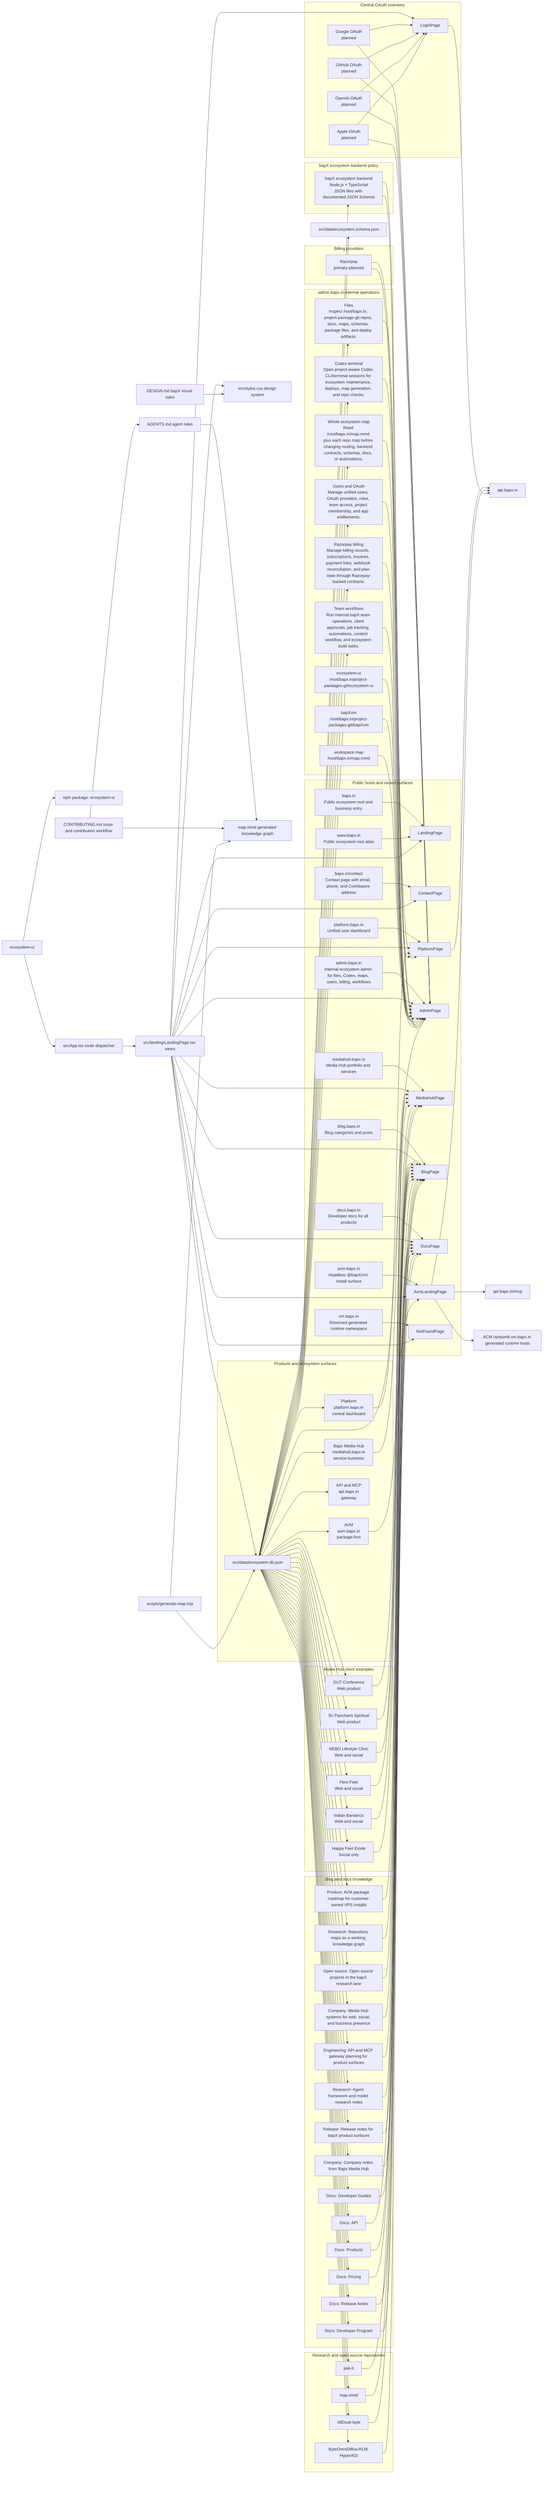
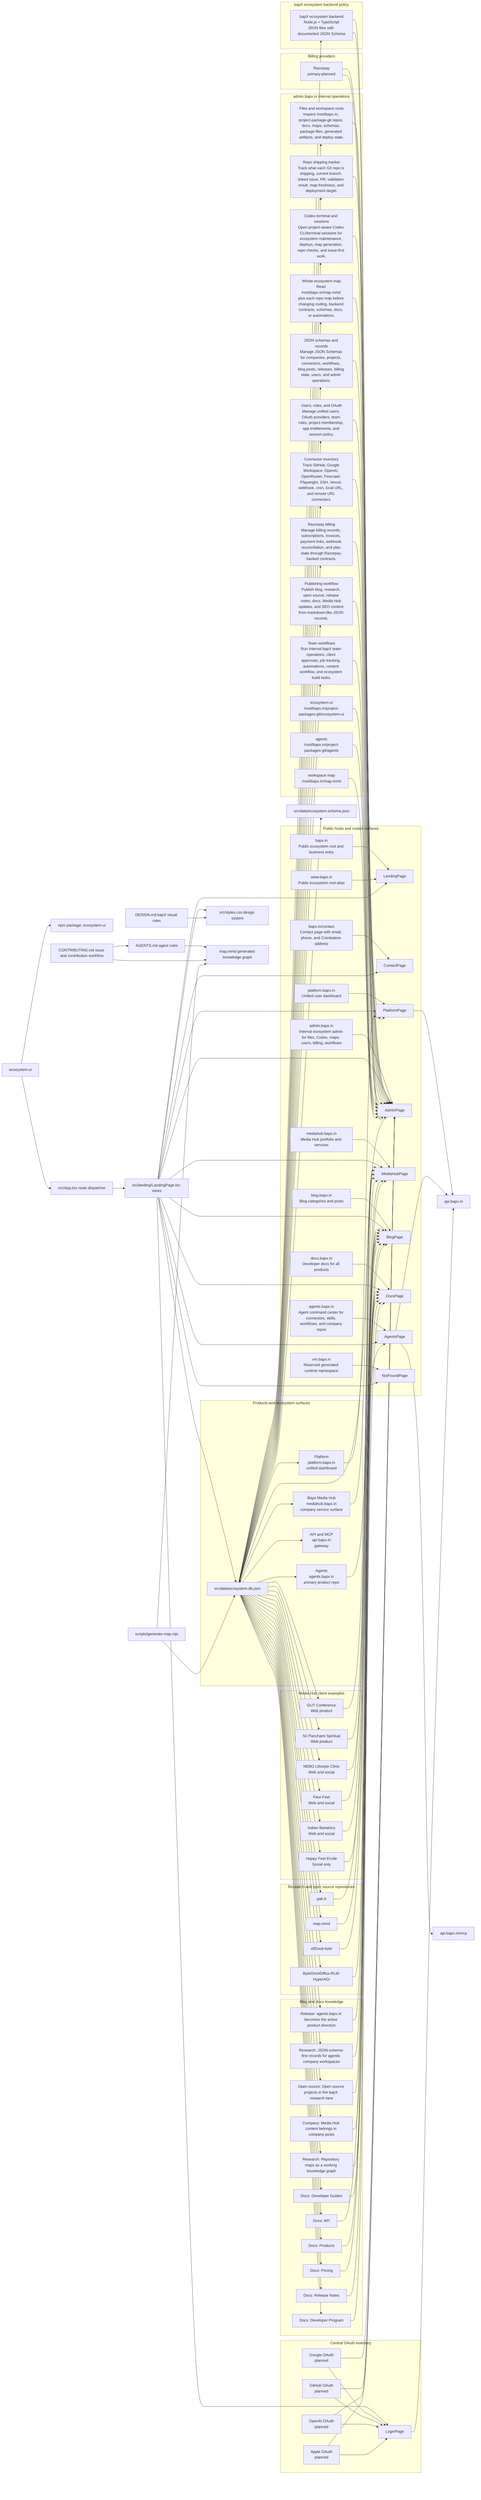
flowchart LR
  Repo["ecosystem-ui"]
  Package["npm package: ecosystem-ui"]
  App["src/App.tsx route dispatcher"]
  Landing["src/landing/LandingPage.tsx views"]
  Styles["src/styles.css design system"]
  Design["DESIGN.md bapX visual rules"]
  Agents["AGENTS.md agent rules"]
  Contributing["CONTRIBUTING.md issue and contribution workflow"]
  Data["src/data/ecosystem.db.json"]
  Schema["src/data/ecosystem.schema.json"]
  MapGen["scripts/generate-map.mjs"]
  Map["map.mmd generated knowledge graph"]
  Repo --> Package
  Repo --> App
  App --> Landing
  Landing --> Styles
  Landing --> Data
  Data --> Schema
  Design --> Styles
  Agents --> Map
  Contributing --> Map
  Contributing --> Agents
  MapGen --> Map
  MapGen --> Data

  subgraph Hosts["Public hosts and routed surfaces"]
    Host_bapx_in["bapx.in<br/>Public ecosystem root and business entry"]
    Host_bapx_in --> LandingPage
    Host_bapx_in_contact["bapx.in/contact<br/>Contact page with email, phone, and Coimbatore address"]
    Host_bapx_in_contact --> ContactPage
    Host_www_bapx_in["www.bapx.in<br/>Public ecosystem root alias"]
    Host_www_bapx_in --> LandingPage
    Host_platform_bapx_in["platform.bapx.in<br/>Unified user dashboard"]
    Host_platform_bapx_in --> PlatformPage
    Host_admin_bapx_in["admin.bapx.in<br/>Internal ecosystem admin for files, Codex, maps, users, billing, workflows"]
    Host_admin_bapx_in --> AdminPage
    Host_mediahub_bapx_in["mediahub.bapx.in<br/>Media Hub portfolio and services"]
    Host_mediahub_bapx_in --> MediaHubPage
    Host_blog_bapx_in["blog.bapx.in<br/>Blog categories and posts"]
    Host_blog_bapx_in --> BlogPage
    Host_docs_bapx_in["docs.bapx.in<br/>Developer docs for all products"]
    Host_docs_bapx_in --> DocsPage
-     Host_avm_bapx_in["avm.bapx.in<br/>Headless @bapX/vm install surface"]
-     Host_avm_bapx_in --> AvmLandingPage
+     Host_agents_bapx_in["agents.bapx.in<br/>Agent command center for connectors, skills, workflows, and company repos"]
+     Host_agents_bapx_in --> AgentsPage
    Host_vm_bapx_in["vm.bapx.in<br/>Reserved generated runtime namespace"]
    Host_vm_bapx_in --> NotFoundPage
  end

  Landing --> LandingPage["LandingPage"]
  Landing --> PlatformPage["PlatformPage"]
  Landing --> AdminPage["AdminPage"]
  Landing --> ContactPage["ContactPage"]
  Landing --> LoginPage["LoginPage"]
  Landing --> MediaHubPage["MediaHubPage"]
  Landing --> BlogPage["BlogPage"]
  Landing --> DocsPage["DocsPage"]
-   Landing --> AvmLandingPage["AvmLandingPage"]
+   Landing --> AgentsPage["AgentsPage"]
  Landing --> NotFoundPage["NotFoundPage"]

  subgraph Products["Products and ecosystem surfaces"]
-     Product_platform["Platform<br/>platform.bapx.in<br/>central dashboard"]
+     Product_agents["Agents<br/>agents.bapx.in<br/>primary product repo"]
+     Data --> Product_agents
+     Product_agents --> AgentsPage
+     Product_platform["Platform<br/>platform.bapx.in<br/>unified dashboard"]
    Data --> Product_platform
    Product_platform --> PlatformPage
-     Product_avm["AVM<br/>avm.bapx.in<br/>package-first"]
-     Data --> Product_avm
-     Product_avm --> AvmLandingPage
-     Product_mediahub["Bapx Media Hub<br/>mediahub.bapx.in<br/>service business"]
+     Product_mediahub["Bapx Media Hub<br/>mediahub.bapx.in<br/>company service surface"]
    Data --> Product_mediahub
    Product_mediahub --> MediaHubPage
    Product_api["API and MCP<br/>api.bapx.in<br/>gateway"]
    Data --> Product_api
  end

  subgraph AdminOps["admin.bapx.in internal operations"]
-     AdminPanel_files["Files<br/>Inspect /root/bapx.in, project-package-git repos, docs, maps, schemas, package files, and deploy artifacts."]
-     Data --> AdminPanel_files
-     AdminPanel_files --> AdminPage
-     AdminPanel_codex_terminal["Codex terminal<br/>Open project-aware Codex CLI/terminal sessions for ecosystem maintenance, deploys, map generation, and repo checks."]
-     Data --> AdminPanel_codex_terminal
-     AdminPanel_codex_terminal --> AdminPage
+     AdminPanel_files_and_workspace_roots["Files and workspace roots<br/>Inspect /root/bapx.in, project-package-git repos, docs, maps, schemas, package files, generated artifacts, and deploy state."]
+     Data --> AdminPanel_files_and_workspace_roots
+     AdminPanel_files_and_workspace_roots --> AdminPage
+     AdminPanel_repo_shipping_tracker["Repo shipping tracker<br/>Track what each Git repo is shipping, current branch, linked issue, PR, validation result, map freshness, and deployment target."]
+     Data --> AdminPanel_repo_shipping_tracker
+     AdminPanel_repo_shipping_tracker --> AdminPage
+     AdminPanel_codex_terminal_and_sessions["Codex terminal and sessions<br/>Open project-aware Codex CLI/terminal sessions for ecosystem maintenance, deploys, map generation, repo checks, and issue-first work."]
+     Data --> AdminPanel_codex_terminal_and_sessions
+     AdminPanel_codex_terminal_and_sessions --> AdminPage
    AdminPanel_whole_ecosystem_map["Whole ecosystem map<br/>Read /root/bapx.in/map.mmd plus each repo map before changing routing, backend contracts, schemas, docs, or automations."]
    Data --> AdminPanel_whole_ecosystem_map
    AdminPanel_whole_ecosystem_map --> AdminPage
-     AdminPanel_users_and_oauth["Users and OAuth<br/>Manage unified users, OAuth providers, roles, team access, project membership, and app entitlements."]
-     Data --> AdminPanel_users_and_oauth
-     AdminPanel_users_and_oauth --> AdminPage
+     AdminPanel_json_schemas_and_records["JSON schemas and records<br/>Manage JSON Schemas for companies, projects, connectors, workflows, blog posts, releases, billing state, users, and admin operations."]
+     Data --> AdminPanel_json_schemas_and_records
+     AdminPanel_json_schemas_and_records --> AdminPage
+     AdminPanel_users_roles_and_oauth["Users, roles, and OAuth<br/>Manage unified users, OAuth providers, team roles, project membership, app entitlements, and session policy."]
+     Data --> AdminPanel_users_roles_and_oauth
+     AdminPanel_users_roles_and_oauth --> AdminPage
+     AdminPanel_connector_inventory["Connector inventory<br/>Track GitHub, Google Workspace, OpenAI, OpenRouter, Firecrawl, Playwright, SSH, Vercel, webhook, cron, local URL, and remote URL connectors."]
+     Data --> AdminPanel_connector_inventory
+     AdminPanel_connector_inventory --> AdminPage
    AdminPanel_razorpay_billing["Razorpay billing<br/>Manage billing records, subscriptions, invoices, payment links, webhook reconciliation, and plan state through Razorpay-backed contracts."]
    Data --> AdminPanel_razorpay_billing
    AdminPanel_razorpay_billing --> AdminPage
+     AdminPanel_publishing_workflow["Publishing workflow<br/>Publish blog, research, open source, release notes, docs, Media Hub updates, and SEO content from markdown-like JSON records."]
+     Data --> AdminPanel_publishing_workflow
+     AdminPanel_publishing_workflow --> AdminPage
    AdminPanel_team_workflows["Team workflows<br/>Run internal bapX team operations, client approvals, job tracking, automations, content workflow, and ecosystem build tasks."]
    Data --> AdminPanel_team_workflows
    AdminPanel_team_workflows --> AdminPage
    WorkspaceProject_ecosystem_ui["ecosystem-ui<br/>/root/bapx.in/project-packages-git/ecosystem-ui"]
    WorkspaceProject_ecosystem_ui --> AdminPage
-     WorkspaceProject_bapxvm["bapXvm<br/>/root/bapx.in/project-packages-git/bapXvm"]
-     WorkspaceProject_bapxvm --> AdminPage
+     WorkspaceProject_agents["agents<br/>/root/bapx.in/project-packages-git/agents"]
+     WorkspaceProject_agents --> AdminPage
    WorkspaceProject_workspace_map["workspace map<br/>/root/bapx.in/map.mmd"]
    WorkspaceProject_workspace_map --> AdminPage
  end

  subgraph BackendPolicy["bapX ecosystem backend policy"]
    EcosystemBackend["bapX ecosystem backend<br/>Node.js + TypeScript<br/>JSON files with documented JSON Schema"]
    EcosystemBackend --> AdminPage
    EcosystemBackend --> PlatformPage
    Data --> EcosystemBackend
  end

  subgraph Billing["Billing providers"]
    Billing_razorpay["Razorpay<br/>primary-planned"]
    Billing_razorpay --> AdminPage
    Billing_razorpay --> PlatformPage
  end

  subgraph Auth["Central OAuth inventory"]
    OAuth_google["Google OAuth<br/>planned"]
    OAuth_google --> AdminPage
    OAuth_google --> LoginPage
    OAuth_github["GitHub OAuth<br/>planned"]
    OAuth_github --> AdminPage
    OAuth_github --> LoginPage
    OAuth_openai["OpenAI OAuth<br/>planned"]
    OAuth_openai --> AdminPage
    OAuth_openai --> LoginPage
    OAuth_apple["Apple OAuth<br/>planned"]
    OAuth_apple --> AdminPage
    OAuth_apple --> LoginPage
  end

  subgraph BlogDocs["Blog and docs knowledge"]
-     Blog_avm_package_roadmap_for_customer_owned_vps_installs["Product: AVM package roadmap for customer-owned VPS installs"]
-     Data --> Blog_avm_package_roadmap_for_customer_owned_vps_installs
-     Blog_avm_package_roadmap_for_customer_owned_vps_installs --> BlogPage
+     Blog_agents_bapx_in_becomes_the_active_product_direction["Release: agents.bapx.in becomes the active product direction"]
+     Data --> Blog_agents_bapx_in_becomes_the_active_product_direction
+     Blog_agents_bapx_in_becomes_the_active_product_direction --> BlogPage
+     Blog_json_schema_first_records_for_agentic_company_workspaces["Research: JSON-schema-first records for agentic company workspaces"]
+     Data --> Blog_json_schema_first_records_for_agentic_company_workspaces
+     Blog_json_schema_first_records_for_agentic_company_workspaces --> BlogPage
+     Blog_open_source_projects_in_the_bapx_research_lane["Open source: Open source projects in the bapX research lane"]
+     Data --> Blog_open_source_projects_in_the_bapx_research_lane
+     Blog_open_source_projects_in_the_bapx_research_lane --> BlogPage
+     Blog_media_hub_content_belongs_in_company_posts["Company: Media Hub content belongs in company posts"]
+     Data --> Blog_media_hub_content_belongs_in_company_posts
+     Blog_media_hub_content_belongs_in_company_posts --> BlogPage
    Blog_repository_maps_as_a_working_knowledge_graph["Research: Repository maps as a working knowledge graph"]
    Data --> Blog_repository_maps_as_a_working_knowledge_graph
    Blog_repository_maps_as_a_working_knowledge_graph --> BlogPage
-     Blog_open_source_projects_in_the_bapx_research_lane["Open source: Open source projects in the bapX research lane"]
-     Data --> Blog_open_source_projects_in_the_bapx_research_lane
-     Blog_open_source_projects_in_the_bapx_research_lane --> BlogPage
-     Blog_media_hub_systems_for_web_social_and_business_presence["Company: Media Hub systems for web, social, and business presence"]
-     Data --> Blog_media_hub_systems_for_web_social_and_business_presence
-     Blog_media_hub_systems_for_web_social_and_business_presence --> BlogPage
-     Blog_api_and_mcp_gateway_planning_for_product_surfaces["Engineering: API and MCP gateway planning for product surfaces"]
-     Data --> Blog_api_and_mcp_gateway_planning_for_product_surfaces
-     Blog_api_and_mcp_gateway_planning_for_product_surfaces --> BlogPage
-     Blog_agent_framework_and_model_research_notes["Research: Agent framework and model research notes"]
-     Data --> Blog_agent_framework_and_model_research_notes
-     Blog_agent_framework_and_model_research_notes --> BlogPage
-     Blog_release_notes_for_bapx_product_surfaces["Release: Release notes for bapX product surfaces"]
-     Data --> Blog_release_notes_for_bapx_product_surfaces
-     Blog_release_notes_for_bapx_product_surfaces --> BlogPage
-     Blog_company_notes_from_bapx_media_hub["Company: Company notes from Bapx Media Hub"]
-     Data --> Blog_company_notes_from_bapx_media_hub
-     Blog_company_notes_from_bapx_media_hub --> BlogPage
    Docs_developer_guides["Docs: Developer Guides"]
    Data --> Docs_developer_guides
    Docs_developer_guides --> DocsPage
    Docs_api["Docs: API"]
    Data --> Docs_api
    Docs_api --> DocsPage
    Docs_products["Docs: Products"]
    Data --> Docs_products
    Docs_products --> DocsPage
    Docs_pricing["Docs: Pricing"]
    Data --> Docs_pricing
    Docs_pricing --> DocsPage
    Docs_release_notes["Docs: Release Notes"]
    Data --> Docs_release_notes
    Docs_release_notes --> DocsPage
    Docs_developer_program["Docs: Developer Program"]
    Data --> Docs_developer_program
    Docs_developer_program --> DocsPage
  end

  subgraph MediaHub["Media Hub client examples"]
    Client_gut_conference["GUT Conference<br/>Web product"]
    Data --> Client_gut_conference
    Client_gut_conference --> MediaHubPage
    Client_sri_panchami_spiritual["Sri Panchami Spiritual<br/>Web product"]
    Data --> Client_sri_panchami_spiritual
    Client_sri_panchami_spiritual --> MediaHubPage
    Client_nebo_lifestyle_clinic["NEBO Lifestyle Clinic<br/>Web and social"]
    Data --> Client_nebo_lifestyle_clinic
    Client_nebo_lifestyle_clinic --> MediaHubPage
    Client_flexi_feet["Flexi Feet<br/>Web and social"]
    Data --> Client_flexi_feet
    Client_flexi_feet --> MediaHubPage
    Client_indian_bariatrics["Indian Bariatrics<br/>Web and social"]
    Data --> Client_indian_bariatrics
    Client_indian_bariatrics --> MediaHubPage
    Client_happy_feet_erode["Happy Feet Erode<br/>Social only"]
    Data --> Client_happy_feet_erode
    Client_happy_feet_erode --> MediaHubPage
  end

  subgraph OpenSource["Research and open source repositories"]
    Repo_pak_it["pak-it"]
    Data --> Repo_pak_it
    Repo_pak_it --> BlogPage
    Repo_map_mmd["map.mmd"]
    Data --> Repo_map_mmd
    Repo_map_mmd --> BlogPage
    Repo_x8dsub_byte["x8Dsub-byte"]
    Data --> Repo_x8dsub_byte
    Repo_x8dsub_byte --> BlogPage
    Repo_byteomnidiffus_rlm_hyperagi["ByteOmniDiffus-RLM-HyperAGI"]
    Data --> Repo_byteomnidiffus_rlm_hyperagi
    Repo_byteomnidiffus_rlm_hyperagi --> BlogPage
  end


  ApiGateway["api.bapx.in"]
  McpGateway["api.bapx.in/mcp"]
-   AvmRuntime["ACM random8.vm.bapx.in generated runtime hosts"]
  PlatformPage --> ApiGateway
  AdminPage --> Data
-   AvmLandingPage --> ApiGateway
-   AvmLandingPage --> McpGateway
-   AvmLandingPage --> AvmRuntime
+   AgentsPage --> ApiGateway
+   AgentsPage --> McpGateway
  LoginPage --> ApiGateway

